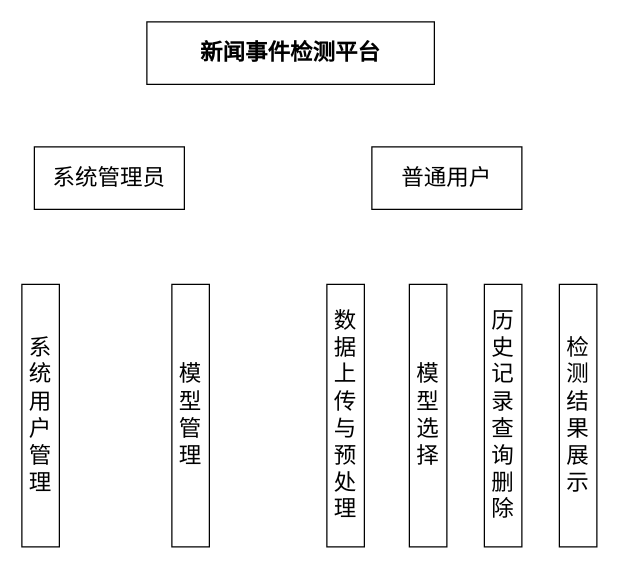
gitofding/first_repository keeps this draw.io diagram as project_function_model.drawio. Above is the earlier version. Source tidied: cells renumbered, new cells numbered last; positions are measured from the earlier drawing's top-left corner, leaving out a move shared by most shapes. Both pictures are drawn from the tidied source at 125%, with x=0, y=0 at pixel (21, 21).
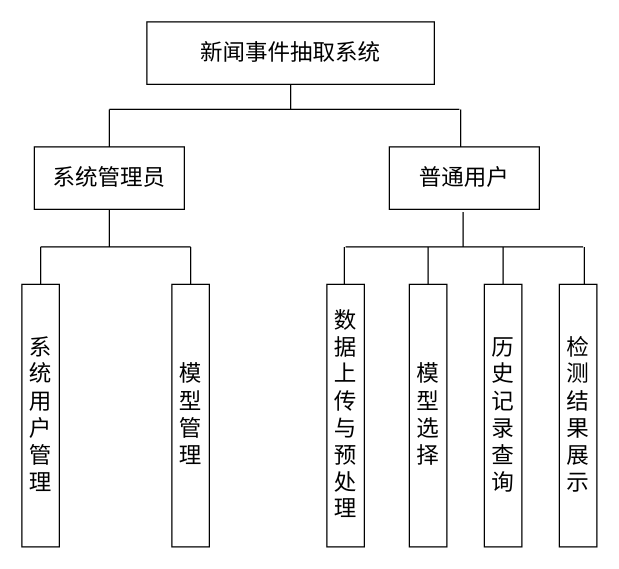
After the change.

The change refers to these unchanged cells:
```xml
<mxCell id="3" value="&lt;font style=&quot;font-size: 18px&quot;&gt;系统管理员&lt;/font&gt;" style="rounded=0;whiteSpace=wrap;html=1;" parent="1" vertex="1">
  <mxGeometry x="10" y="100" width="120" height="50" as="geometry" />
</mxCell>
<mxCell id="6" value="&lt;font style=&quot;font-size: 18px&quot;&gt;模型选择&lt;/font&gt;" style="rounded=0;whiteSpace=wrap;html=1;" parent="1" vertex="1">
  <mxGeometry x="310" y="210" width="30" height="210" as="geometry" />
</mxCell>
<mxCell id="9" value="&lt;span style=&quot;font-size: 18px&quot;&gt;系统用户管理&lt;/span&gt;" style="rounded=0;whiteSpace=wrap;html=1;" parent="1" vertex="1">
  <mxGeometry y="210" width="30" height="210" as="geometry" />
</mxCell>
<mxCell id="10" value="&lt;span style=&quot;font-size: 18px&quot;&gt;模型管理&lt;/span&gt;" style="rounded=0;whiteSpace=wrap;html=1;" parent="1" vertex="1">
  <mxGeometry x="120" y="210" width="30" height="210" as="geometry" />
</mxCell>
```

Diff of the diagram source:
```diff
@@
-    <mxCell id="2" value="&lt;b&gt;&lt;font style=&quot;font-size: 18px&quot;&gt;新闻事件检测平台&lt;/font&gt;&lt;/b&gt;" style="rounded=0;whiteSpace=wrap;html=1;" parent="1" vertex="1">
+    <mxCell id="2" value="&lt;font style=&quot;font-size: 18px&quot;&gt;新闻事件抽取系统&lt;/font&gt;" style="rounded=0;whiteSpace=wrap;html=1;align=center;" parent="1" vertex="1">
       <mxGeometry x="100" width="230" height="50" as="geometry" />
     </mxCell>
@@
     <mxCell id="4" value="&lt;font style=&quot;font-size: 18px&quot;&gt;普通用户&lt;/font&gt;" style="rounded=0;whiteSpace=wrap;html=1;" parent="1" vertex="1">
-      <mxGeometry x="280" y="100" width="120" height="50" as="geometry" />
+      <mxGeometry x="294" y="100" width="120" height="50" as="geometry" />
     </mxCell>
@@
-    <mxCell id="7" value="&lt;font style=&quot;font-size: 18px&quot;&gt;历史记录查询删除&lt;/font&gt;" style="rounded=0;whiteSpace=wrap;html=1;" parent="1" vertex="1">
+    <mxCell id="7" value="&lt;font style=&quot;font-size: 18px&quot;&gt;历史记录查询&lt;/font&gt;" style="rounded=0;whiteSpace=wrap;html=1;" parent="1" vertex="1">
       <mxGeometry x="370" y="210" width="30" height="210" as="geometry" />
     </mxCell>
@@
+    <mxCell id="11" style="endArrow=none;html=1;startSize=14;endSize=14;sourcePerimeterSpacing=8;targetPerimeterSpacing=8;" parent="1" edge="1">
+      <mxGeometry relative="1" as="geometry">
+        <mxPoint x="70" y="70" as="sourcePoint" />
+        <mxPoint x="350" y="70" as="targetPoint" />
+      </mxGeometry>
+    </mxCell>
+    <mxCell id="12" style="endArrow=none;html=1;startSize=14;endSize=14;sourcePerimeterSpacing=8;targetPerimeterSpacing=8;exitX=0.5;exitY=0;exitDx=0;exitDy=0;" parent="1" edge="1" source="3">
+      <mxGeometry relative="1" as="geometry">
+        <mxPoint x="70" y="70" as="targetPoint" />
+      </mxGeometry>
+    </mxCell>
+    <mxCell id="13" style="endArrow=none;html=1;startSize=14;endSize=14;sourcePerimeterSpacing=8;targetPerimeterSpacing=8;exitX=0.5;exitY=0;exitDx=0;exitDy=0;" parent="1" edge="1">
+      <mxGeometry relative="1" as="geometry">
+        <mxPoint x="351" y="100" as="sourcePoint" />
+        <mxPoint x="351" y="70" as="targetPoint" />
+      </mxGeometry>
+    </mxCell>
+    <mxCell id="14" style="endArrow=none;html=1;startSize=14;endSize=14;sourcePerimeterSpacing=8;targetPerimeterSpacing=8;entryX=0.5;entryY=1;entryDx=0;entryDy=0;" parent="1" edge="1" target="2">
+      <mxGeometry relative="1" as="geometry">
+        <mxPoint x="215" y="70" as="sourcePoint" />
+      </mxGeometry>
+    </mxCell>
+    <mxCell id="15" style="endArrow=none;html=1;startSize=14;endSize=14;sourcePerimeterSpacing=8;targetPerimeterSpacing=8;" parent="1" edge="1">
+      <mxGeometry relative="1" as="geometry">
+        <mxPoint x="15" y="180" as="sourcePoint" />
+        <mxPoint x="135" y="180" as="targetPoint" />
+      </mxGeometry>
+    </mxCell>
+    <mxCell id="16" style="endArrow=none;html=1;startSize=14;endSize=14;sourcePerimeterSpacing=8;targetPerimeterSpacing=8;exitX=0.5;exitY=0;exitDx=0;exitDy=0;" parent="1" edge="1" source="10">
+      <mxGeometry relative="1" as="geometry">
+        <mxPoint x="135" y="180" as="targetPoint" />
+      </mxGeometry>
+    </mxCell>
+    <mxCell id="17" style="endArrow=none;html=1;startSize=14;endSize=14;sourcePerimeterSpacing=8;targetPerimeterSpacing=8;exitX=0.5;exitY=0;exitDx=0;exitDy=0;" parent="1" edge="1" source="9">
+      <mxGeometry relative="1" as="geometry">
+        <mxPoint x="15" y="180" as="targetPoint" />
+      </mxGeometry>
+    </mxCell>
+    <mxCell id="18" style="endArrow=none;html=1;startSize=14;endSize=14;sourcePerimeterSpacing=8;targetPerimeterSpacing=8;entryX=0.5;entryY=1;entryDx=0;entryDy=0;" parent="1" edge="1" target="3">
+      <mxGeometry relative="1" as="geometry">
+        <mxPoint x="70" y="180" as="sourcePoint" />
+      </mxGeometry>
+    </mxCell>
+    <mxCell id="19" style="endArrow=none;html=1;startSize=14;endSize=14;sourcePerimeterSpacing=8;targetPerimeterSpacing=8;" parent="1" edge="1">
+      <mxGeometry relative="1" as="geometry">
+        <mxPoint x="259" y="180" as="sourcePoint" />
+        <mxPoint x="449" y="180" as="targetPoint" />
+        <Array as="points">
+          <mxPoint x="349" y="180" />
+        </Array>
+      </mxGeometry>
+    </mxCell>
+    <mxCell id="20" style="endArrow=none;html=1;startSize=14;endSize=14;sourcePerimeterSpacing=8;targetPerimeterSpacing=8;entryX=0.5;entryY=1;entryDx=0;entryDy=0;" parent="1" edge="1">
+      <mxGeometry relative="1" as="geometry">
+        <mxPoint x="353" y="180" as="sourcePoint" />
+        <mxPoint x="353" y="152" as="targetPoint" />
+      </mxGeometry>
+    </mxCell>
+    <mxCell id="21" style="endArrow=none;html=1;startSize=14;endSize=14;sourcePerimeterSpacing=8;targetPerimeterSpacing=8;" parent="1" edge="1">
+      <mxGeometry relative="1" as="geometry">
+        <mxPoint x="258" y="210" as="sourcePoint" />
+        <mxPoint x="258" y="180" as="targetPoint" />
+      </mxGeometry>
+    </mxCell>
+    <mxCell id="22" style="endArrow=none;html=1;startSize=14;endSize=14;sourcePerimeterSpacing=8;targetPerimeterSpacing=8;exitX=0.5;exitY=0;exitDx=0;exitDy=0;" parent="1" edge="1" source="6">
+      <mxGeometry relative="1" as="geometry">
+        <mxPoint x="325" y="180" as="targetPoint" />
+      </mxGeometry>
+    </mxCell>
+    <mxCell id="23" style="endArrow=none;html=1;startSize=14;endSize=14;sourcePerimeterSpacing=8;targetPerimeterSpacing=8;exitX=0.5;exitY=0;exitDx=0;exitDy=0;" parent="1" edge="1" source="7">
+      <mxGeometry relative="1" as="geometry">
+        <mxPoint x="385" y="180" as="targetPoint" />
+      </mxGeometry>
+    </mxCell>
+    <mxCell id="24" style="endArrow=none;html=1;startSize=14;endSize=14;sourcePerimeterSpacing=8;targetPerimeterSpacing=8;" parent="1" edge="1">
+      <mxGeometry relative="1" as="geometry">
+        <mxPoint x="450" y="210" as="sourcePoint" />
+        <mxPoint x="450" y="180" as="targetPoint" />
+      </mxGeometry>
+    </mxCell>
```
